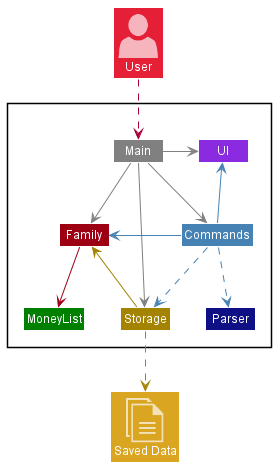
nus-cs2113-AY2122S2/tp keeps this PlantUML diagram as docs/images/ArchitectureDiagram.png. Above is the earlier version.
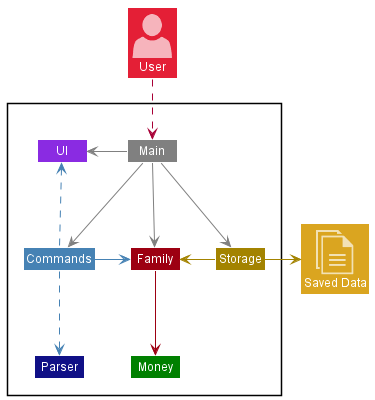
Above is the later version.

Commit message:
Update Architecture diagram

The edit, as a diff of the source:
```diff
@@ -9,7 +9,7 @@
     Class Commands COMMAND_COLOR
     Class Storage STORAGE_COLOR
     Class Family MODEL_COLOR
-    Class MoneyList MONEY_COLOR
+    Class Money MONEY_COLOR
     Class Main #grey
     Class Parser LOGIC_COLOR
 }
@@ -17,20 +17,20 @@
 Class "<$user>\nUser" as User MODEL_COLOR_T2
 Class "<$documents>\nSaved Data" as File STORAGE_COLOR_T3
 
-Main -right[#grey]->UI
+Main -left[#grey]->UI
 Main -down[#grey]->Family
-Main -right[#grey]->Commands
-Main -down[#grey]->Storage
+Main -left[#grey]->Commands
+Main -right[#grey]->Storage
 
-Commands -up[COMMAND_COLOR]->UI
+Commands -up[COMMAND_COLOR].>UI
 Commands -left[COMMAND_COLOR]->Family
-Commands -down[COMMAND_COLOR].>Storage
+
 Commands -down[COMMAND_COLOR].>Parser
 
-Family -down[MODEL_COLOR]->MoneyList
+Family -down[MODEL_COLOR]->Money
 
-Storage -left[STORAGE_COLOR]>Family
-Storage .down[STORAGE_COLOR].>File
+Storage -left[STORAGE_COLOR]->Family
+Storage -right[STORAGE_COLOR]->File
 
 User ..> Main
 @enduml
```
